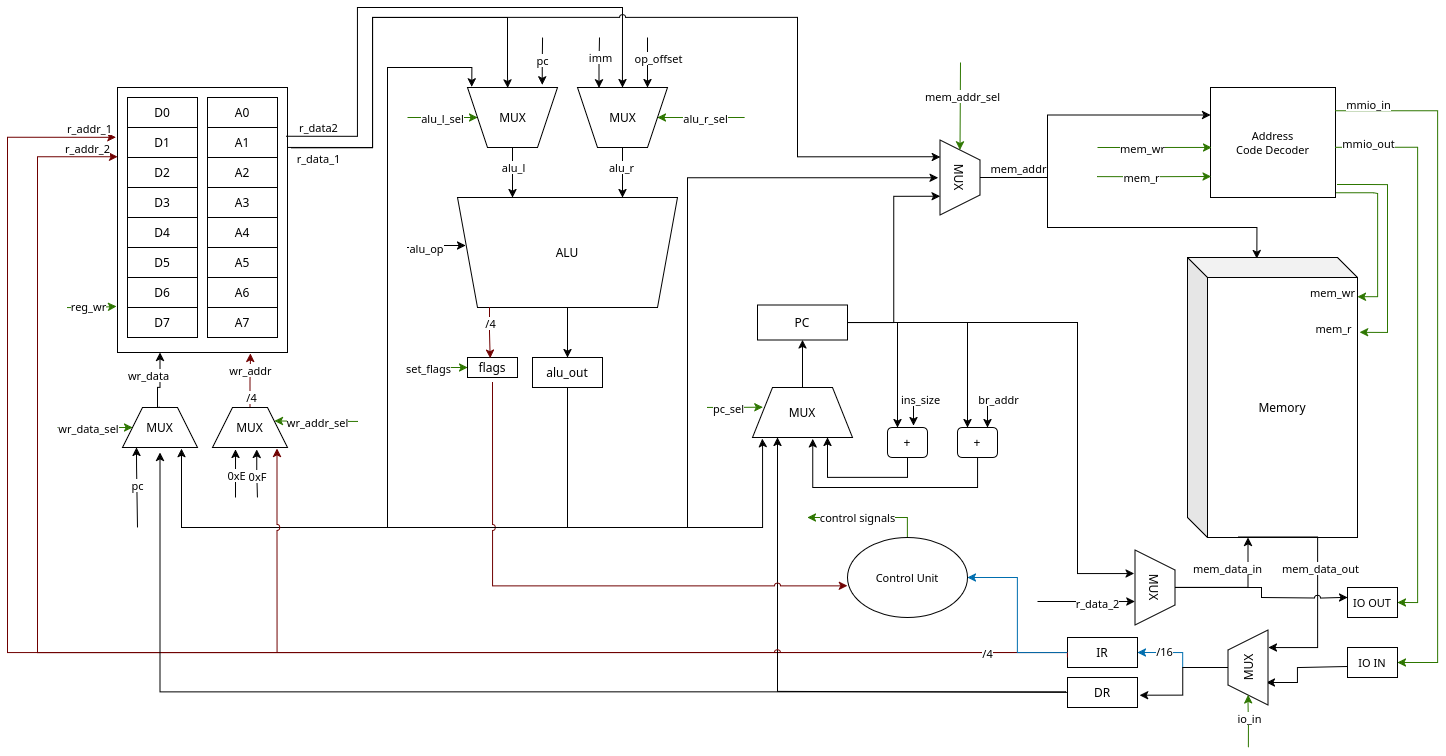
The draw.io diagram schema.png in atemcozz/csa-lab3-schema, before a commit. Source tidied: cells renumbered, new cells last; positions are measured from the earlier drawing's top-left corner, leaving out a move shared by most shapes.
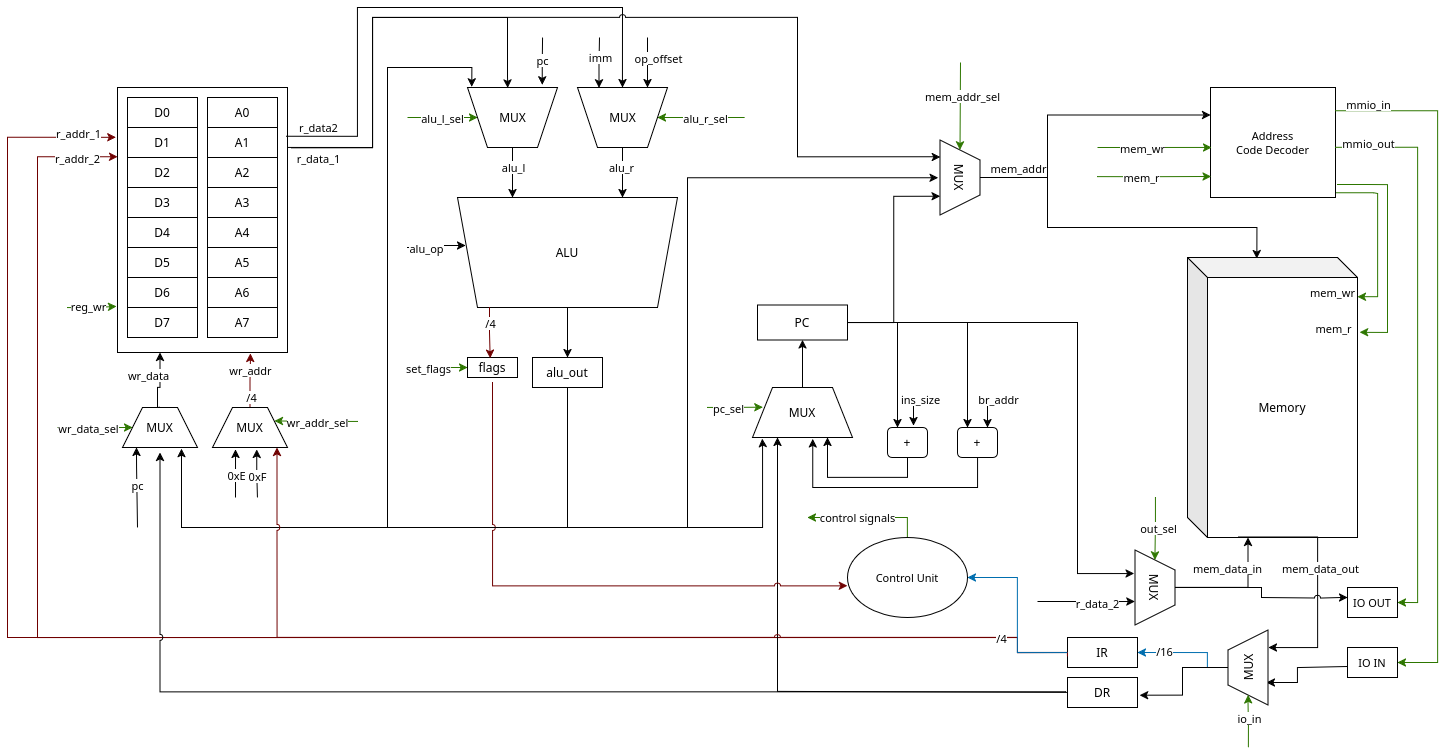
The same diagram one commit later.

Commit message:
add out_sel

The edit, as a diff of the source:
```diff
@@ -3,7 +3,12 @@
     <mxCell id="0" />
     <mxCell id="1" parent="0" />
     <mxCell id="2" style="edgeStyle=orthogonalEdgeStyle;shape=connector;rounded=0;jumpStyle=arc;jettySize=auto;html=1;entryX=1;entryY=0.5;entryDx=0;entryDy=0;strokeColor=#006EAF;align=center;verticalAlign=middle;fontFamily=Helvetica;fontSize=11;fontColor=default;labelBackgroundColor=default;endArrow=classic;fillColor=#1ba1e2;" parent="1" edge="1" source="143" target="92">
-      <mxGeometry relative="1" as="geometry" />
+      <mxGeometry relative="1" as="geometry">
+        <Array as="points">
+          <mxPoint x="1200" y="660" />
+          <mxPoint x="1200" y="645" />
+        </Array>
+      </mxGeometry>
     </mxCell>
     <mxCell id="3" style="rounded=0;whiteSpace=wrap;html=1;" parent="1" vertex="1">
       <mxGeometry x="110" y="80" width="170" height="265" as="geometry" />
@@ -59,28 +64,32 @@
     <mxCell id="20" style="endArrow=classic;html=1;rounded=0;entryX=-0.009;entryY=0.188;entryDx=0;entryDy=0;entryPerimeter=0;fillColor=#a20025;strokeColor=#6F0000;edgeStyle=orthogonalEdgeStyle;exitX=0;exitY=0.5;exitDx=0;exitDy=0;jumpStyle=arc;" parent="1" edge="1" source="92" target="3">
       <mxGeometry relative="1" as="geometry">
         <Array as="points">
-          <mxPoint y="645" />
+          <mxPoint x="1010" y="645" />
+          <mxPoint x="1010" y="630" />
+          <mxPoint y="630" />
           <mxPoint y="130" />
         </Array>
       </mxGeometry>
     </mxCell>
     <mxCell id="21" value="r_addr_1" style="edgeLabel;html=1;align=center;verticalAlign=middle;" parent="20" vertex="1">
       <mxGeometry x="-0.59" relative="1" as="geometry">
-        <mxPoint x="-632" y="-525" as="offset" />
+        <mxPoint x="-658" y="-505" as="offset" />
       </mxGeometry>
     </mxCell>
     <mxCell id="22" style="endArrow=classic;html=1;rounded=0;entryX=-0.011;entryY=0.261;entryDx=0;entryDy=0;entryPerimeter=0;fillColor=#a20025;strokeColor=#6F0000;edgeStyle=orthogonalEdgeStyle;exitX=0;exitY=0.5;exitDx=0;exitDy=0;jumpStyle=arc;" parent="1" edge="1" source="92">
       <mxGeometry relative="1" as="geometry">
         <mxPoint x="110" y="149.2" as="targetPoint" />
         <Array as="points">
-          <mxPoint x="30" y="645" />
+          <mxPoint x="1010" y="645" />
+          <mxPoint x="1010" y="630" />
+          <mxPoint x="30" y="630" />
           <mxPoint x="30" y="149" />
         </Array>
       </mxGeometry>
     </mxCell>
     <mxCell id="23" value="r_addr_2" style="edgeLabel;html=1;align=center;verticalAlign=middle;" parent="22" vertex="1">
       <mxGeometry x="-0.59" relative="1" as="geometry">
-        <mxPoint x="-649" y="-505" as="offset" />
+        <mxPoint x="-674" y="-480" as="offset" />
       </mxGeometry>
     </mxCell>
     <mxCell id="24" style="endArrow=classic;html=1;rounded=0;edgeStyle=orthogonalEdgeStyle;exitX=0.5;exitY=0;exitDx=0;exitDy=0;entryX=0.25;entryY=1;entryDx=0;entryDy=0;" parent="1" edge="1" source="65" target="3">
@@ -449,12 +458,15 @@
         <mxPoint x="22" as="offset" />
       </mxGeometry>
     </mxCell>
-    <mxCell id="98" style="edgeStyle=orthogonalEdgeStyle;rounded=0;jettySize=auto;html=1;entryX=0.861;entryY=1.023;entryDx=0;entryDy=0;entryPerimeter=0;jumpStyle=arc;fillColor=#a20025;strokeColor=#6F0000;" parent="1" edge="1" target="93">
+    <mxCell id="98" style="edgeStyle=orthogonalEdgeStyle;rounded=0;orthogonalLoop=1;jettySize=auto;html=1;entryX=0.861;entryY=1.023;entryDx=0;entryDy=0;entryPerimeter=0;jumpStyle=arc;fillColor=#a20025;strokeColor=#6F0000;" parent="1" edge="1">
       <mxGeometry relative="1" as="geometry">
-        <mxPoint x="1060" y="650" as="sourcePoint" />
+        <mxPoint x="1060" y="649.1" as="sourcePoint" />
+        <mxPoint x="269.6" y="440" as="targetPoint" />
         <Array as="points">
           <mxPoint x="1060" y="645" />
-          <mxPoint x="270" y="645" />
+          <mxPoint x="1010" y="645" />
+          <mxPoint x="1010" y="630" />
+          <mxPoint x="270" y="630" />
         </Array>
       </mxGeometry>
     </mxCell>
@@ -726,7 +738,12 @@
       <mxGeometry x="1203" y="640" width="75" height="40" as="geometry" />
     </mxCell>
     <mxCell id="144" style="edgeStyle=orthogonalEdgeStyle;shape=connector;rounded=0;jumpStyle=arc;jettySize=auto;html=1;entryX=1.031;entryY=0.589;entryDx=0;entryDy=0;entryPerimeter=0;strokeColor=default;align=center;verticalAlign=middle;fontFamily=Helvetica;fontSize=11;fontColor=default;labelBackgroundColor=default;endArrow=classic;" parent="1" edge="1" source="143" target="83">
-      <mxGeometry relative="1" as="geometry" />
+      <mxGeometry relative="1" as="geometry">
+        <Array as="points">
+          <mxPoint x="1175" y="660" />
+          <mxPoint x="1175" y="688" />
+        </Array>
+      </mxGeometry>
     </mxCell>
     <mxCell id="145" style="edgeStyle=orthogonalEdgeStyle;rounded=0;jettySize=auto;html=1;fillColor=#60a917;strokeColor=#2D7600;entryX=0;entryY=0.5;entryDx=0;entryDy=0;" parent="1" edge="1" target="143">
       <mxGeometry relative="1" as="geometry">
@@ -748,5 +765,15 @@
         </Array>
       </mxGeometry>
     </mxCell>
+    <mxCell id="148" style="edgeStyle=orthogonalEdgeStyle;rounded=0;jettySize=auto;html=1;fillColor=#60a917;strokeColor=#2D7600;entryX=0;entryY=0.5;entryDx=0;entryDy=0;" parent="1" edge="1" target="107">
+      <mxGeometry relative="1" as="geometry">
+        <mxPoint x="1148" y="490" as="sourcePoint" />
+      </mxGeometry>
+    </mxCell>
+    <mxCell id="149" value="out_sel" style="edgeLabel;html=1;align=center;verticalAlign=middle;" parent="148" vertex="1">
+      <mxGeometry x="-0.51" relative="1" as="geometry">
+        <mxPoint x="2" y="15" as="offset" />
+      </mxGeometry>
+    </mxCell>
   </root>
 </mxGraphModel>
```
